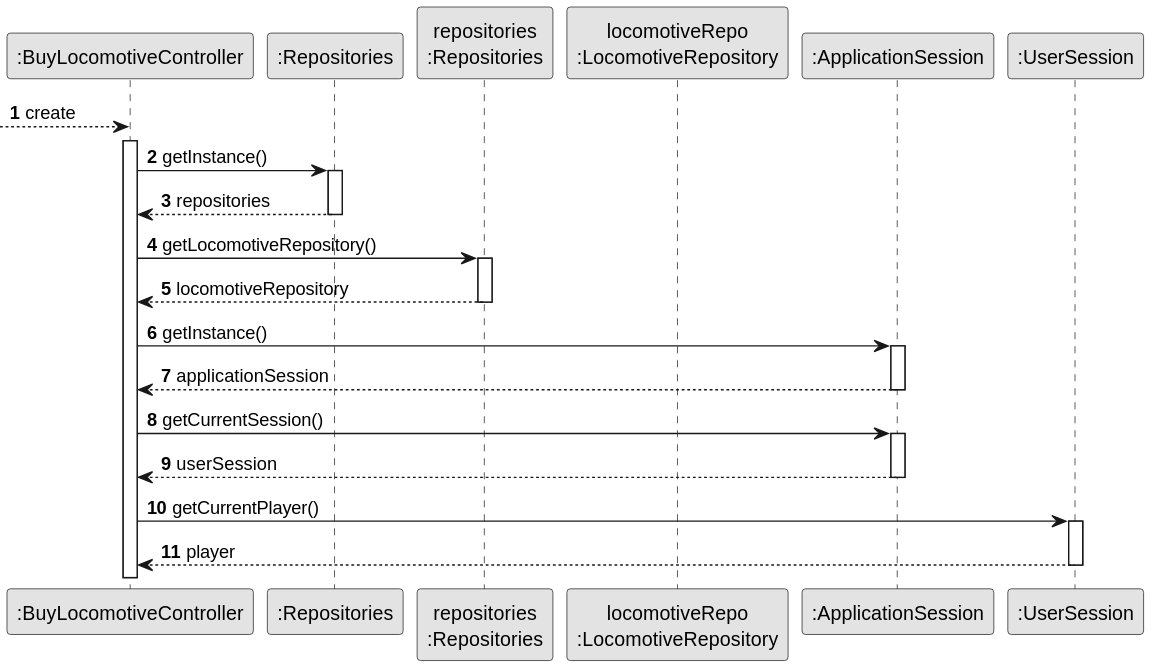
Earlier version of the PlantUML export docs/sprint2/us009/03.design/svg/us009-sequence-diagram-partial-get-current-player.svg (ivasduarte/all-aboard).
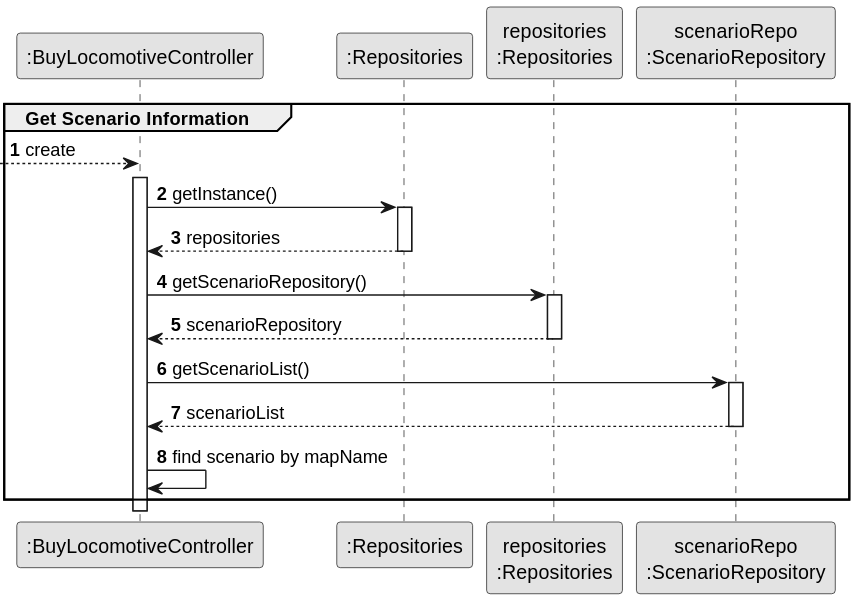
Above is the later version.

Diff of the diagram source:
```diff
@@ -3,16 +3,13 @@
 skinparam packageStyle rectangle
 skinparam shadowing false
 
-
 participant ":BuyLocomotiveController" as CTRL
 participant ":Repositories" as reps
 participant "repositories\n:Repositories" as PLAT
-participant "locomotiveRepo\n:LocomotiveRepository" as LocomotiveRepo
-participant ":ApplicationSession" as AppSession
-participant ":UserSession" as UserSession
+participant "scenarioRepo\n:ScenarioRepository" as ScenarioRepo
 
 autonumber 1
-
+group Get Scenario Information
 --> CTRL**: create
 activate CTRL
 CTRL -> reps : getInstance()
@@ -20,23 +17,16 @@
 reps --> CTRL : repositories
 deactivate reps
 
-CTRL -> PLAT : getLocomotiveRepository()
+CTRL -> PLAT : getScenarioRepository()
 activate PLAT
-PLAT --> CTRL : locomotiveRepository
+PLAT --> CTRL : scenarioRepository
 deactivate PLAT
 
-CTRL -> AppSession : getInstance()
-activate AppSession
-AppSession --> CTRL : applicationSession
-deactivate AppSession
+CTRL -> ScenarioRepo : getScenarioList()
+activate ScenarioRepo
+ScenarioRepo --> CTRL : scenarioList
+deactivate ScenarioRepo
 
-CTRL -> AppSession : getCurrentSession()
-activate AppSession
-AppSession --> CTRL : userSession
-deactivate AppSession
-
-CTRL -> UserSession : getCurrentPlayer()
-activate UserSession
-UserSession --> CTRL : player
-deactivate UserSession
+CTRL -> CTRL : find scenario by mapName
+end
 @enduml
```
